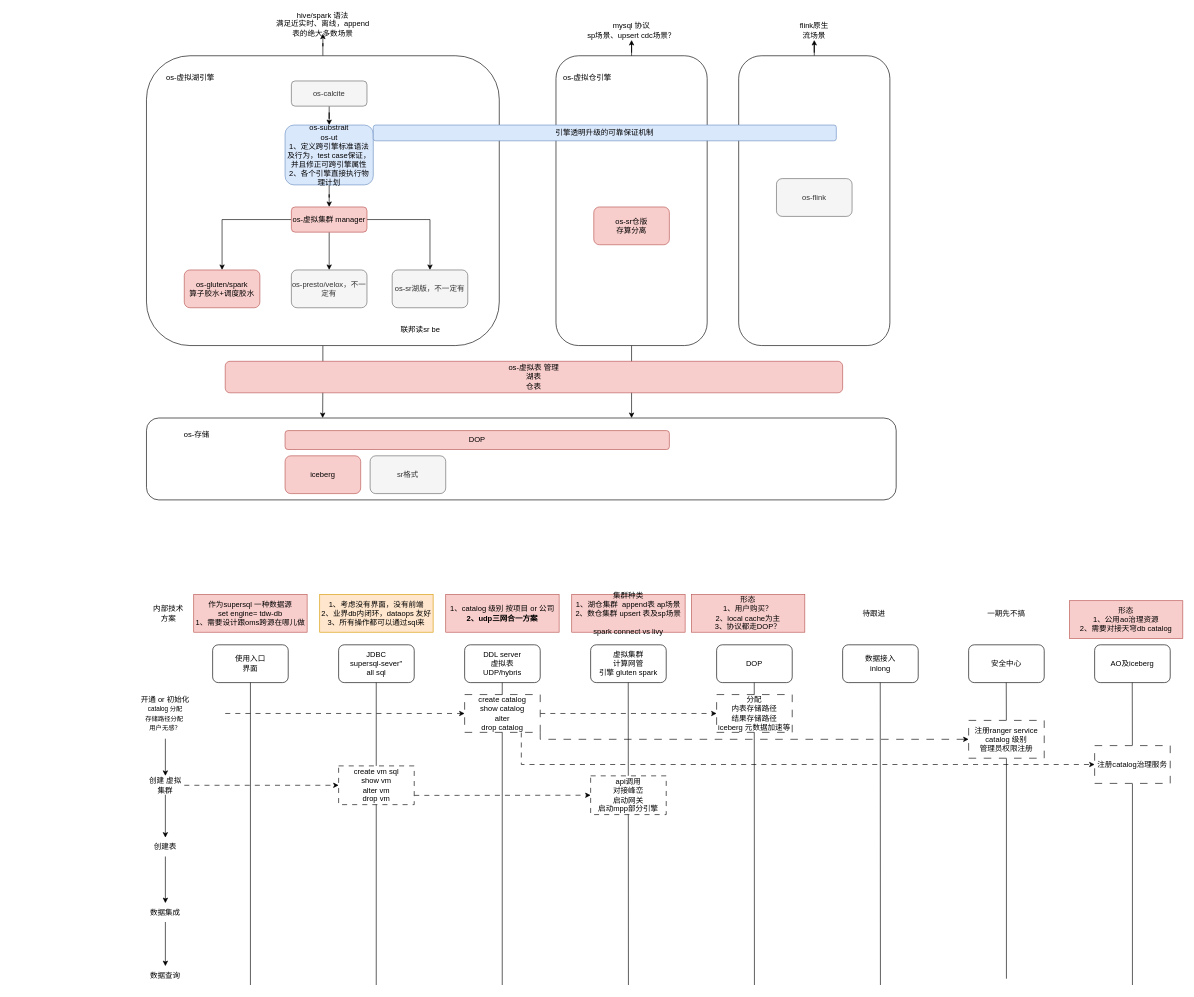
The draw.io diagram os虚拟引擎.drawio in yuhuali1989/ui, before the edit. Source tidied: cells renumbered, new cells numbered last; positions are measured from the earlier drawing's top-left corner, leaving out a move shared by most shapes. Both pictures are drawn from the tidied source at 63%, with x=0, y=0 at pixel (105, 14).
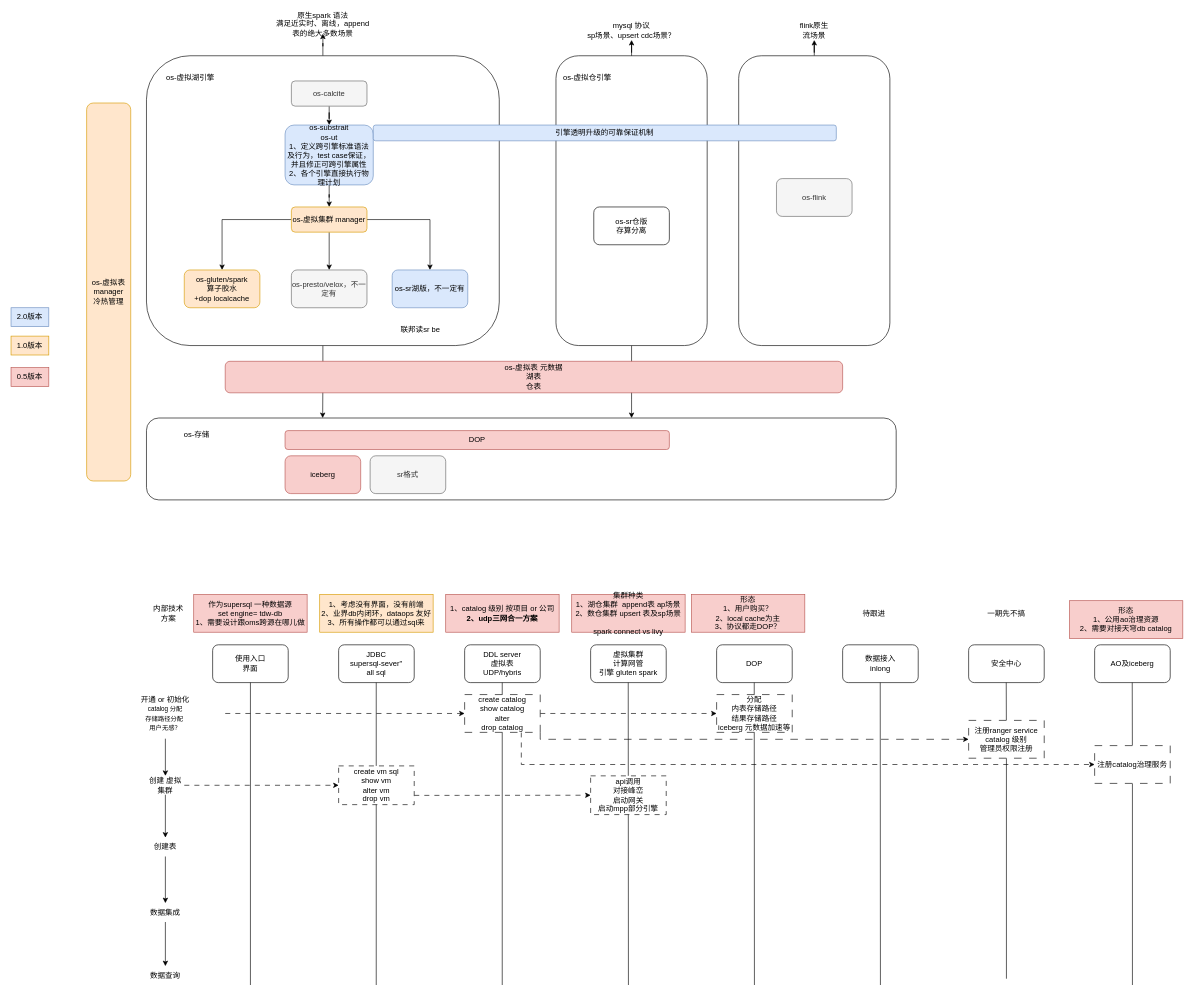
The same page after the edit.

What changed in the source:
```diff
@@
-    <mxCell id="15" value="os-gluten/spark&lt;br&gt;算子胶水+调度胶水" style="rounded=1;whiteSpace=wrap;html=1;fillColor=#f8cecc;strokeColor=#b85450;" parent="1" vertex="1">
+    <mxCell id="15" value="os-gluten/spark&lt;br&gt;算子胶水&lt;br&gt;+dop localcache" style="rounded=1;whiteSpace=wrap;html=1;fillColor=#ffe6cc;strokeColor=#d79b00;" parent="1" vertex="1">
       <mxGeometry x="125" y="405" width="120" height="60" as="geometry" />
     </mxCell>
@@
-    <mxCell id="17" value="os-sr湖版，不一定有" style="rounded=1;whiteSpace=wrap;html=1;fillColor=#f5f5f5;fontColor=#333333;strokeColor=#666666;" parent="1" vertex="1">
+    <mxCell id="17" value="os-sr湖版，不一定有" style="rounded=1;whiteSpace=wrap;html=1;fillColor=#dae8fc;strokeColor=#6c8ebf;" parent="1" vertex="1">
       <mxGeometry x="455" y="405" width="120" height="60" as="geometry" />
     </mxCell>
@@
-    <mxCell id="19" value="os-虚拟集群 manager" style="rounded=1;whiteSpace=wrap;html=1;fillColor=#f8cecc;strokeColor=#b85450;" parent="1" vertex="1">
+    <mxCell id="19" value="os-虚拟集群 manager" style="rounded=1;whiteSpace=wrap;html=1;fillColor=#ffe6cc;strokeColor=#d79b00;" parent="1" vertex="1">
       <mxGeometry x="295" y="305" width="120" height="40" as="geometry" />
     </mxCell>
-    <mxCell id="20" value="os-虚拟表 管理&lt;br&gt;湖表&lt;br&gt;仓表" style="rounded=1;whiteSpace=wrap;html=1;fillColor=#f8cecc;strokeColor=#b85450;" parent="1" vertex="1">
+    <mxCell id="20" value="os-虚拟表 元数据&lt;br&gt;湖表&lt;br&gt;仓表" style="rounded=1;whiteSpace=wrap;html=1;fillColor=#f8cecc;strokeColor=#b85450;" parent="1" vertex="1">
       <mxGeometry x="190" y="550" width="980" height="50" as="geometry" />
     </mxCell>
@@
-    <mxCell id="22" value="hive/spark 语法&lt;br&gt;满足近实时、离线，append表的绝大多数场景" style="text;html=1;strokeColor=none;fillColor=none;align=center;verticalAlign=middle;whiteSpace=wrap;rounded=0;" parent="1" vertex="1">
+    <mxCell id="22" value="原生spark 语法&lt;br&gt;满足近实时、离线，append表的绝大多数场景" style="text;html=1;strokeColor=none;fillColor=none;align=center;verticalAlign=middle;whiteSpace=wrap;rounded=0;" parent="1" vertex="1">
       <mxGeometry x="265" width="160" height="30" as="geometry" />
     </mxCell>
@@
-    <mxCell id="27" value="os-sr仓版&lt;br&gt;存算分离" style="rounded=1;whiteSpace=wrap;html=1;fillColor=#f8cecc;strokeColor=#b85450;" parent="1" vertex="1">
+    <mxCell id="27" value="os-sr仓版&lt;br&gt;存算分离" style="rounded=1;whiteSpace=wrap;html=1;" parent="1" vertex="1">
       <mxGeometry x="775" y="305" width="120" height="60" as="geometry" />
     </mxCell>
@@
+    <mxCell id="84" value="0.5版本" style="text;html=1;strokeColor=#b85450;fillColor=#f8cecc;align=center;verticalAlign=middle;whiteSpace=wrap;rounded=0;" parent="1" vertex="1">
+      <mxGeometry x="-150" y="560" width="60" height="30" as="geometry" />
+    </mxCell>
+    <mxCell id="85" value="1.0版本" style="text;html=1;strokeColor=#d79b00;fillColor=#ffe6cc;align=center;verticalAlign=middle;whiteSpace=wrap;rounded=0;" parent="1" vertex="1">
+      <mxGeometry x="-150" y="510" width="60" height="30" as="geometry" />
+    </mxCell>
+    <mxCell id="86" value="os-虚拟表&lt;br&gt;manager&lt;br&gt;冷热管理" style="rounded=1;whiteSpace=wrap;html=1;fillColor=#ffe6cc;strokeColor=#d79b00;" parent="1" vertex="1">
+      <mxGeometry x="-30" y="140" width="70" height="600" as="geometry" />
+    </mxCell>
+    <mxCell id="87" value="2.0版本" style="text;html=1;strokeColor=#6c8ebf;fillColor=#dae8fc;align=center;verticalAlign=middle;whiteSpace=wrap;rounded=0;" parent="1" vertex="1">
+      <mxGeometry x="-150" y="465" width="60" height="30" as="geometry" />
+    </mxCell>
```
